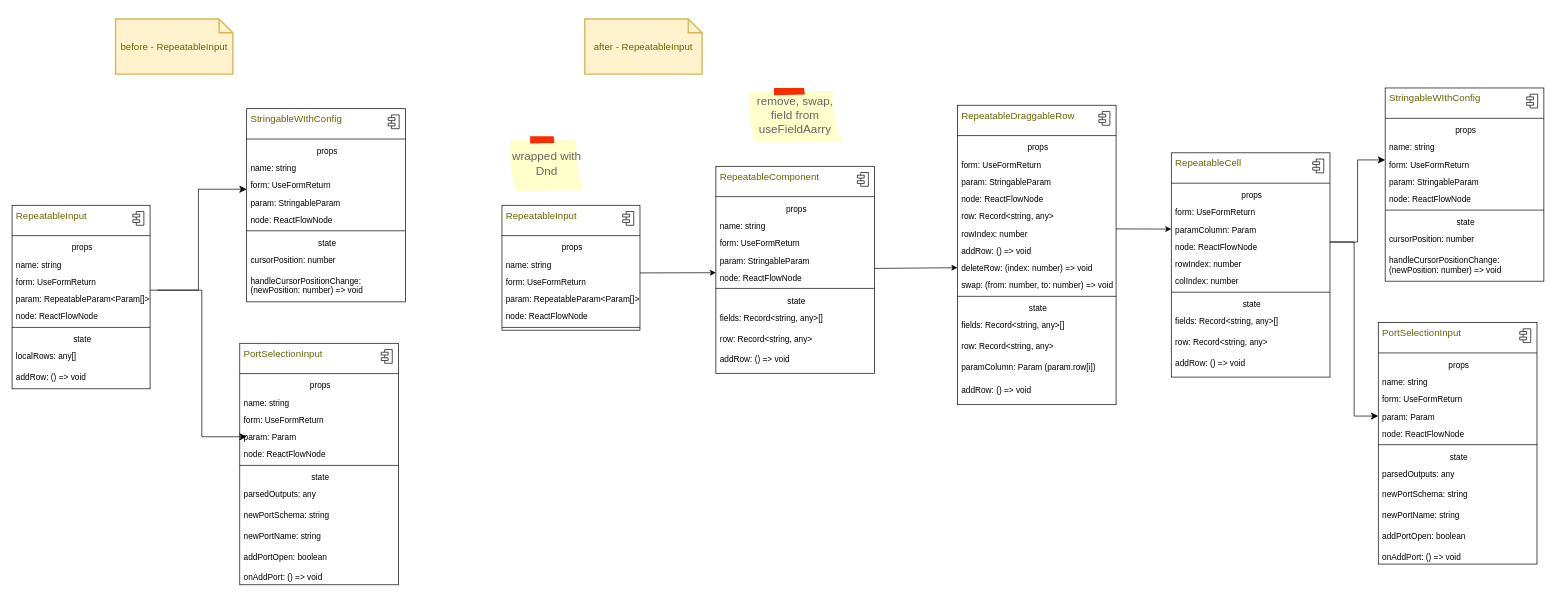
The draw.io diagram page "related-digram-param" (3 of 3) of output-list.drawio in stone-lyl/assets, before the edit. Source tidied: cells renumbered, new cells numbered last; positions are measured from the earlier drawing's top-left corner, leaving out a move shared by most shapes. Both pictures are drawn from the tidied source at 69%, with x=0, y=0 at pixel (12, 19).
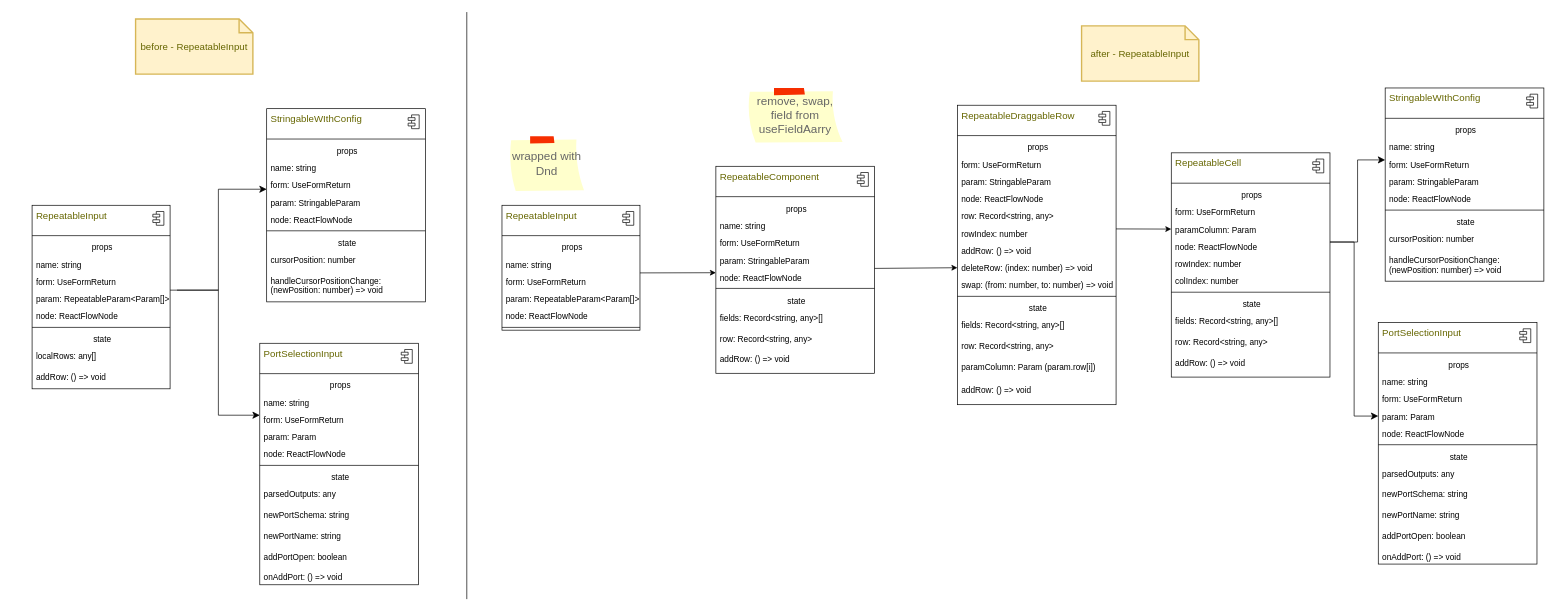
Above is the later version.

The change refers to these unchanged cells:
```xml
<mxCell id="36" value="form: UseFormReturn" style="html=1;align=left;spacingLeft=4;verticalAlign=top;strokeColor=none;fillColor=none;whiteSpace=wrap;" parent="30" vertex="1">
  <mxGeometry y="98" width="230" height="25" as="geometry" />
</mxCell>
```

The edit, as a diff of the source:
```diff
@@
     <mxCell id="2" value="before - RepeatableInput" style="shape=note;strokeWidth=2;fontSize=14;size=20;whiteSpace=wrap;html=1;fillColor=#fff2cc;strokeColor=#d6b656;fontColor=#666600;" parent="1" vertex="1">
-      <mxGeometry x="150" width="170" height="80" as="geometry" />
+      <mxGeometry x="179" width="170" height="80" as="geometry" />
     </mxCell>
     <mxCell id="3" value="after - RepeatableInput" style="shape=note;strokeWidth=2;fontSize=14;size=20;whiteSpace=wrap;html=1;fillColor=#fff2cc;strokeColor=#d6b656;fontColor=#666600;" parent="1" vertex="1">
-      <mxGeometry x="830" width="170" height="80" as="geometry" />
+      <mxGeometry x="1550" y="10" width="170" height="80" as="geometry" />
     </mxCell>
     <mxCell id="4" style="fontStyle=1;align=center;verticalAlign=top;horizontal=1;" parent="1" vertex="1">
-      <mxGeometry y="270" width="200" height="266" as="geometry" />
+      <mxGeometry x="29" y="270" width="200" height="266" as="geometry" />
     </mxCell>
@@
     <mxCell id="17" style="fontStyle=1;align=center;verticalAlign=top;horizontal=1;" parent="1" vertex="1">
-      <mxGeometry x="340" y="130" width="230" height="280" as="geometry" />
+      <mxGeometry x="369" y="130" width="230" height="280" as="geometry" />
     </mxCell>
@@
     <mxCell id="30" style="fontStyle=1;align=center;verticalAlign=top;horizontal=1;" parent="1" vertex="1">
-      <mxGeometry x="330" y="470" width="230" height="350" as="geometry" />
+      <mxGeometry x="359" y="470" width="230" height="350" as="geometry" />
     </mxCell>
@@
-    <mxCell id="47" style="edgeStyle=elbowEdgeStyle;elbow=horizontal;endArrow=classic;html=1;curved=0;rounded=0;endSize=8;startSize=8;exitX=1;exitY=0;exitDx=0;exitDy=0;entryX=0;entryY=0.5;entryDx=0;entryDy=0;" parent="1" edge="1">
+    <mxCell id="47" style="edgeStyle=elbowEdgeStyle;elbow=horizontal;endArrow=classic;html=1;curved=0;rounded=0;endSize=8;startSize=8;exitX=1;exitY=0;exitDx=0;exitDy=0;entryX=0;entryY=0.25;entryDx=0;entryDy=0;" parent="1" edge="1" target="36">
       <mxGeometry relative="1" as="geometry">
-        <mxPoint x="210" y="393" as="sourcePoint" />
-        <mxPoint x="340" y="605.5" as="targetPoint" />
+        <mxPoint x="239" y="393" as="sourcePoint" />
       </mxGeometry>
     </mxCell>
@@
+    <mxCell id="142" style="endArrow=none;html=1;rounded=0;" parent="1" edge="1">
+      <mxGeometry relative="1" as="geometry">
+        <mxPoint x="659" y="840.8" as="sourcePoint" />
+        <mxPoint x="659" y="-10" as="targetPoint" />
+      </mxGeometry>
+    </mxCell>
```
